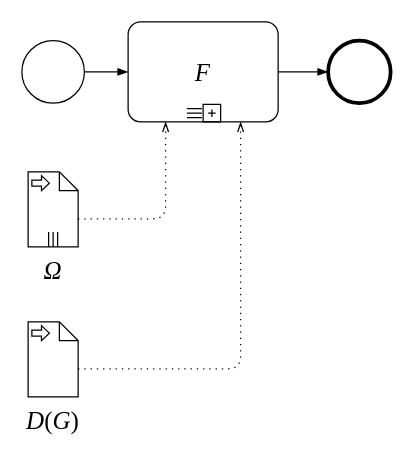
Above: page "forEach" (4 of 4) of doc/Paper_BPMN_flow.drawio in miguel76/know-flow (draw.io), before the change. Source tidied: cells renumbered, new cells numbered last; positions are measured from the earlier drawing's top-left corner, leaving out a move shared by most shapes. Both pictures are drawn from the tidied source at 125%, with x=0, y=0 at pixel (21, 21).
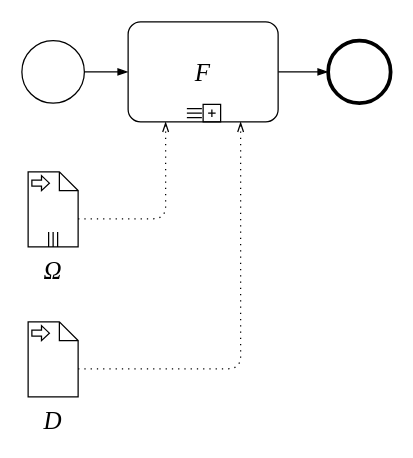
The same page after the edit.

Diff of the diagram source:
```diff
@@
-    <mxCell id="10" value="&lt;i&gt;D&lt;/i&gt;(&lt;i&gt;G&lt;/i&gt;)" style="shape=mxgraph.bpmn.data;labelPosition=center;verticalLabelPosition=bottom;align=center;verticalAlign=top;whiteSpace=wrap;size=15;html=1;bpmnTransferType=input;fontFamily=Times New Roman;fontSize=20;" parent="1" vertex="1">
+    <mxCell id="10" value="&lt;i&gt;D&lt;/i&gt;" style="shape=mxgraph.bpmn.data;labelPosition=center;verticalLabelPosition=bottom;align=center;verticalAlign=top;whiteSpace=wrap;size=15;html=1;bpmnTransferType=input;fontFamily=Times New Roman;fontSize=20;" parent="1" vertex="1">
       <mxGeometry x="5" y="240" width="40" height="60" as="geometry" />
     </mxCell>
```
